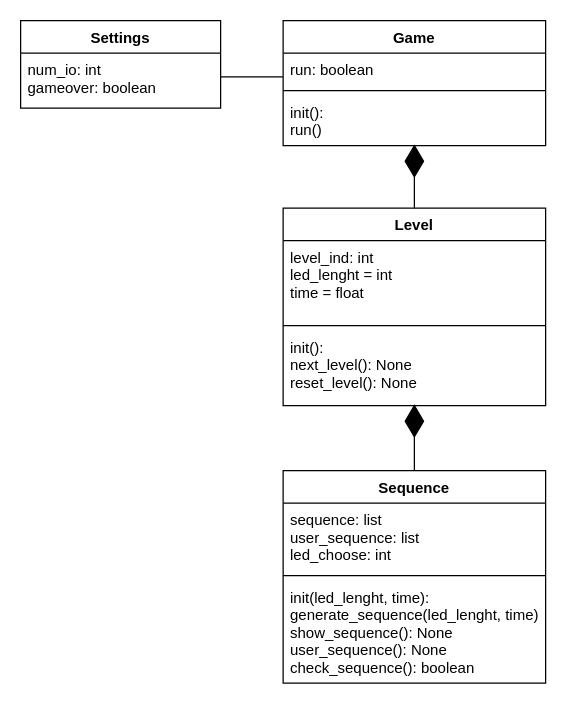
Earlier version of the draw.io diagram Class diagram.drawio (Flaviu123/LED_MindGame). Source tidied: cells renumbered, new cells numbered last; positions are measured from the earlier drawing's top-left corner, leaving out a move shared by most shapes. Both pictures are drawn from the tidied source at 125%, with x=0, y=0 at pixel (20, 20).
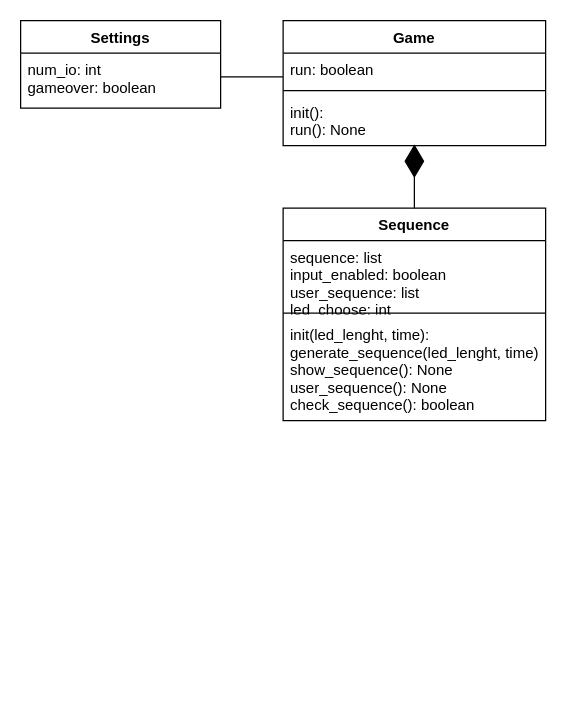
The same diagram, later.

Commit message:
Adjusted class diagram

The edit, as a diff of the source:
```diff
@@
 <mxGraphModel>
   <root>
     <mxCell id="0" />
     <mxCell id="1" parent="0" />
     <mxCell id="2" value="Settings" style="swimlane;fontStyle=1;align=center;verticalAlign=top;horizontal=1;startSize=26;" parent="1" vertex="1">
       <mxGeometry width="160" height="70" as="geometry" />
     </mxCell>
     <mxCell id="3" value="num_io: int&#10;gameover: boolean" style="text;strokeColor=none;fillColor=none;align=left;verticalAlign=top;spacingLeft=4;spacingRight=4;overflow=hidden;" parent="2" vertex="1">
       <mxGeometry y="26" width="160" height="44" as="geometry" />
     </mxCell>
     <mxCell id="4" value="Game" style="swimlane;fontStyle=1;align=center;verticalAlign=top;horizontal=1;startSize=26;" parent="1" vertex="1">
       <mxGeometry x="210" width="210" height="100" as="geometry" />
     </mxCell>
     <mxCell id="5" value="run: boolean" style="text;strokeColor=none;fillColor=none;align=left;verticalAlign=top;spacingLeft=4;spacingRight=4;overflow=hidden;points=[[0,0.5],[1,0.5]];portConstraint=eastwest;" parent="4" vertex="1">
       <mxGeometry y="26" width="210" height="26" as="geometry" />
     </mxCell>
     <mxCell id="6" style="line;strokeWidth=1;fillColor=none;align=left;verticalAlign=middle;spacingTop=-1;spacingLeft=3;spacingRight=3;labelPosition=right;" parent="4" vertex="1">
       <mxGeometry y="52" width="210" height="8" as="geometry" />
     </mxCell>
-    <mxCell id="7" value="init():&#10;run()&#10;" style="text;strokeColor=none;fillColor=none;align=left;verticalAlign=top;spacingLeft=4;spacingRight=4;overflow=hidden;points=[[0,0.5],[1,0.5]];portConstraint=eastwest;" parent="4" vertex="1">
+    <mxCell id="7" value="init():&#10;run(): None&#10;" style="text;strokeColor=none;fillColor=none;align=left;verticalAlign=top;spacingLeft=4;spacingRight=4;overflow=hidden;points=[[0,0.5],[1,0.5]];portConstraint=eastwest;" parent="4" vertex="1">
       <mxGeometry y="60" width="210" height="40" as="geometry" />
     </mxCell>
     <mxCell id="8" value="Sequence" style="swimlane;fontStyle=1;align=center;verticalAlign=top;horizontal=1;startSize=26;" parent="1" vertex="1">
-      <mxGeometry x="210" y="360" width="210" height="170" as="geometry" />
+      <mxGeometry x="210" y="150" width="210" height="170" as="geometry" />
     </mxCell>
-    <mxCell id="9" value="sequence: list&#10;user_sequence: list&#10;led_choose: int&#10;" style="text;strokeColor=none;fillColor=none;align=left;verticalAlign=top;spacingLeft=4;spacingRight=4;overflow=hidden;" parent="8" vertex="1">
+    <mxCell id="9" value="sequence: list&#10;input_enabled: boolean&#10;user_sequence: list&#10;led_choose: int&#10;" style="text;strokeColor=none;fillColor=none;align=left;verticalAlign=top;spacingLeft=4;spacingRight=4;overflow=hidden;" parent="8" vertex="1">
       <mxGeometry y="26" width="210" height="54" as="geometry" />
     </mxCell>
     <mxCell id="10" style="line;strokeWidth=1;fillColor=none;align=left;verticalAlign=middle;spacingTop=-1;spacingLeft=3;spacingRight=3;labelPosition=right;" parent="8" vertex="1">
       <mxGeometry y="80" width="210" height="8" as="geometry" />
     </mxCell>
     <mxCell id="11" value="init(led_lenght, time):&#10;generate_sequence(led_lenght, time)&#10;show_sequence(): None&#10;user_sequence(): None&#10;check_sequence(): boolean" style="text;strokeColor=none;fillColor=none;align=left;verticalAlign=top;spacingLeft=4;spacingRight=4;overflow=hidden;" parent="8" vertex="1">
       <mxGeometry y="88" width="210" height="82" as="geometry" />
     </mxCell>
-    <mxCell id="12" value="Level" style="swimlane;fontStyle=1;align=center;verticalAlign=top;horizontal=1;startSize=26;" parent="1" vertex="1">
-      <mxGeometry x="210" y="150" width="210" height="158" as="geometry" />
-    </mxCell>
-    <mxCell id="13" value="level_ind: int&#10;led_lenght = int&#10;time = float" style="text;strokeColor=none;fillColor=none;align=left;verticalAlign=top;spacingLeft=4;spacingRight=4;overflow=hidden;" parent="12" vertex="1">
-      <mxGeometry y="26" width="210" height="64" as="geometry" />
-    </mxCell>
-    <mxCell id="14" style="line;strokeWidth=1;fillColor=none;align=left;verticalAlign=middle;spacingTop=-1;spacingLeft=3;spacingRight=3;labelPosition=right;" parent="12" vertex="1">
-      <mxGeometry y="90" width="210" height="8" as="geometry" />
-    </mxCell>
-    <mxCell id="15" value="init():&#10;next_level(): None&#10;reset_level(): None" style="text;strokeColor=none;fillColor=none;align=left;verticalAlign=top;spacingLeft=4;spacingRight=4;overflow=hidden;points=[[0,0.5],[1,0.5]];portConstraint=eastwest;" parent="12" vertex="1">
-      <mxGeometry y="98" width="210" height="60" as="geometry" />
-    </mxCell>
     <mxCell id="16" style="endArrow=none;html=1;rounded=0;exitX=0;exitY=0.731;exitDx=0;exitDy=0;exitPerimeter=0;" parent="1" edge="1" source="5">
       <mxGeometry relative="1" as="geometry">
         <mxPoint x="160" y="45" as="targetPoint" />
       </mxGeometry>
     </mxCell>
-    <mxCell id="17" style="endArrow=diamondThin;endFill=1;endSize=24;html=1;rounded=0;entryX=0.5;entryY=0.983;entryDx=0;entryDy=0;entryPerimeter=0;exitX=0.5;exitY=0;exitDx=0;exitDy=0;" parent="1" edge="1" source="8" target="15">
-      <mxGeometry relative="1" as="geometry" />
-    </mxCell>
-    <mxCell id="18" style="endArrow=diamondThin;endFill=1;endSize=24;html=1;rounded=0;entryX=0.5;entryY=0.975;entryDx=0;entryDy=0;entryPerimeter=0;exitX=0.5;exitY=0;exitDx=0;exitDy=0;" parent="1" edge="1" source="12" target="7">
-      <mxGeometry relative="1" as="geometry" />
+    <mxCell id="18" style="endArrow=diamondThin;endFill=1;endSize=24;html=1;rounded=0;entryX=0.5;entryY=0.975;entryDx=0;entryDy=0;entryPerimeter=0;exitX=0.5;exitY=0;exitDx=0;exitDy=0;" parent="1" edge="1" target="7">
+      <mxGeometry relative="1" as="geometry">
+        <mxPoint x="315" y="150" as="sourcePoint" />
+      </mxGeometry>
     </mxCell>
   </root>
 </mxGraphModel>
```
